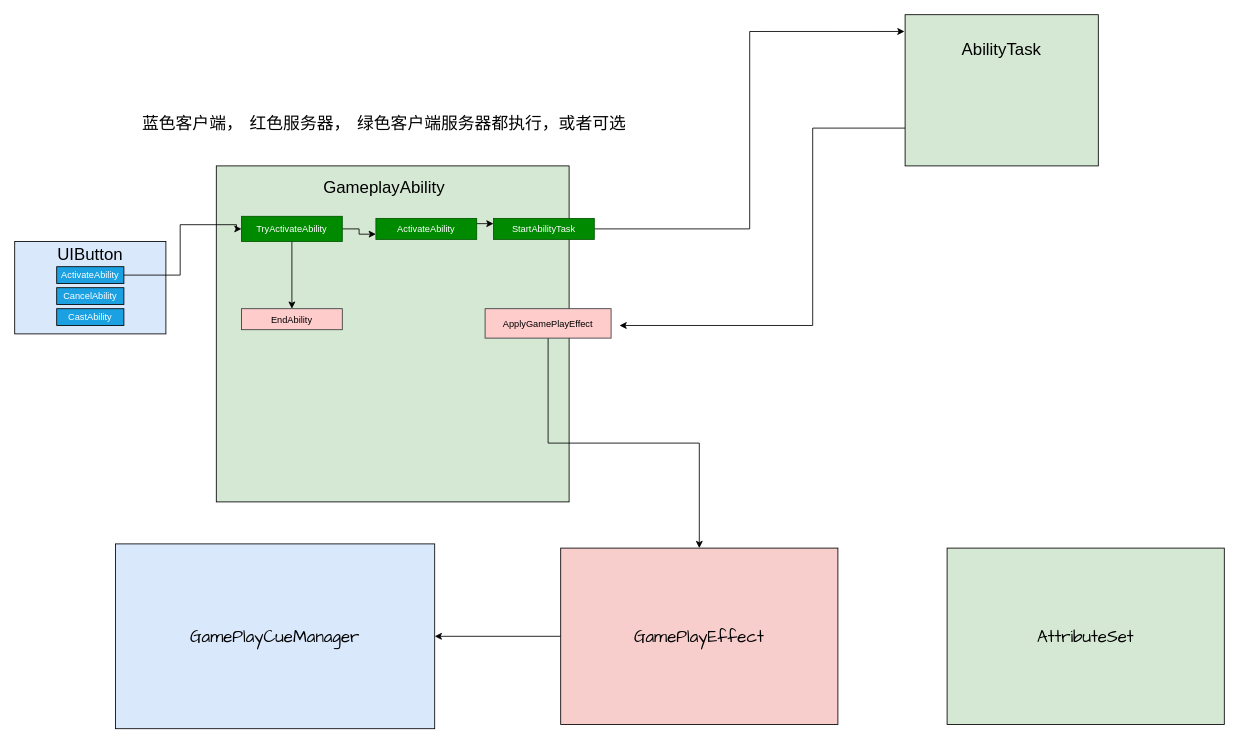
Above: 客户端服务器流程图.drawio in timesdaughter/RayTracing (draw.io), before the change. Source tidied: cells renumbered, new cells numbered last; positions are measured from the earlier drawing's top-left corner, leaving out a move shared by most shapes. Both pictures are drawn from the tidied source at 84%, with x=0, y=0 at pixel (14, 14).
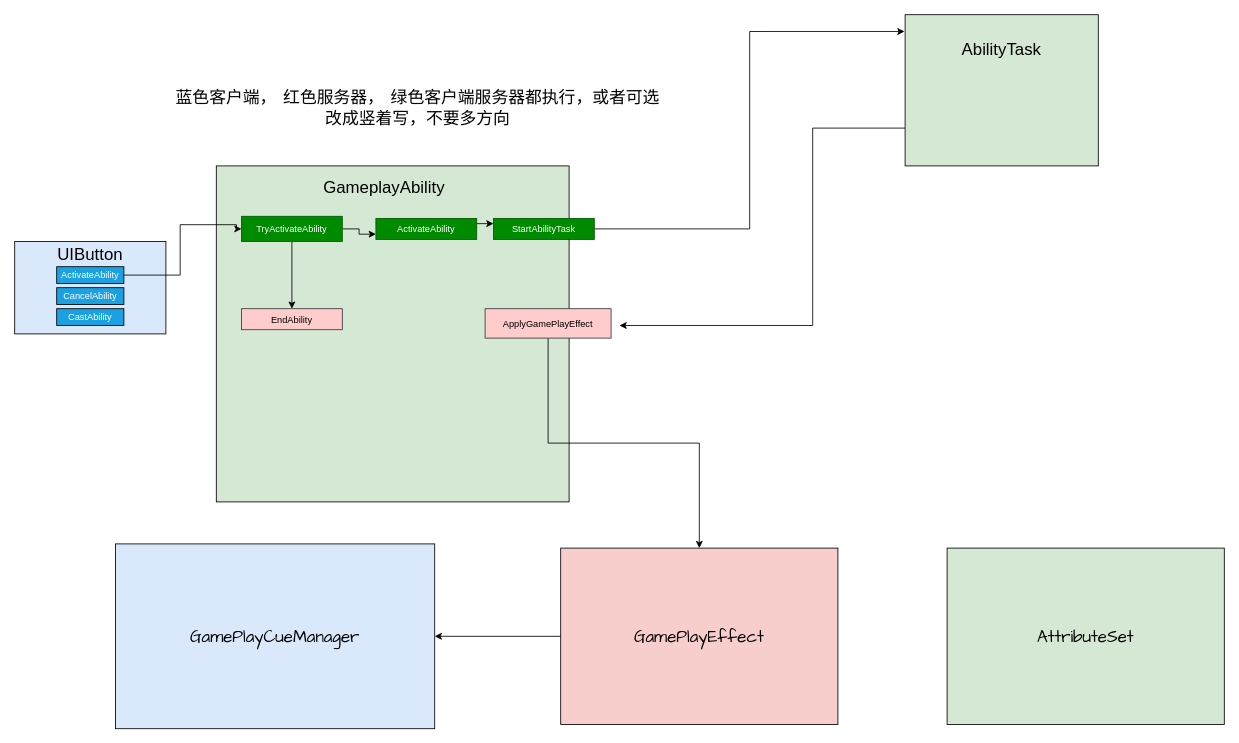
After the change.

Commit message (it also covers changes not shown here):
更新客户端服务器流程图.drawio

Diff of the diagram source:
```diff
@@
-    <mxCell id="26" value="&lt;div style=&quot;text-align: center;&quot;&gt;&lt;span style=&quot;background-color: initial; font-size: 20px;&quot;&gt;&lt;font face=&quot;Architects Daughter&quot;&gt;蓝色客户端， 红色服务器， 绿色客户端服务器都执行，或者可选&lt;/font&gt;&lt;/span&gt;&lt;/div&gt;" style="text;whiteSpace=wrap;html=1;fontSize=11;fontFamily=Helvetica;fontColor=#000000;" parent="1" vertex="1">
-      <mxGeometry x="150" y="110" width="880" height="70" as="geometry" />
+    <mxCell id="26" value="&lt;div style=&quot;text-align: center;&quot;&gt;&lt;span style=&quot;background-color: initial; font-size: 20px;&quot;&gt;&lt;font face=&quot;Architects Daughter&quot;&gt;蓝色客户端， 红色服务器， 绿色客户端服务器都执行，或者可选&lt;/font&gt;&lt;/span&gt;&lt;/div&gt;&lt;div style=&quot;text-align: center;&quot;&gt;&lt;span style=&quot;background-color: initial; font-size: 20px;&quot;&gt;&lt;font face=&quot;Architects Daughter&quot;&gt;改成竖着写，不要多方向&lt;/font&gt;&lt;/span&gt;&lt;/div&gt;" style="text;whiteSpace=wrap;html=1;fontSize=11;fontFamily=Helvetica;fontColor=#000000;" parent="1" vertex="1">
+      <mxGeometry x="190" y="80" width="880" height="70" as="geometry" />
     </mxCell>
```
